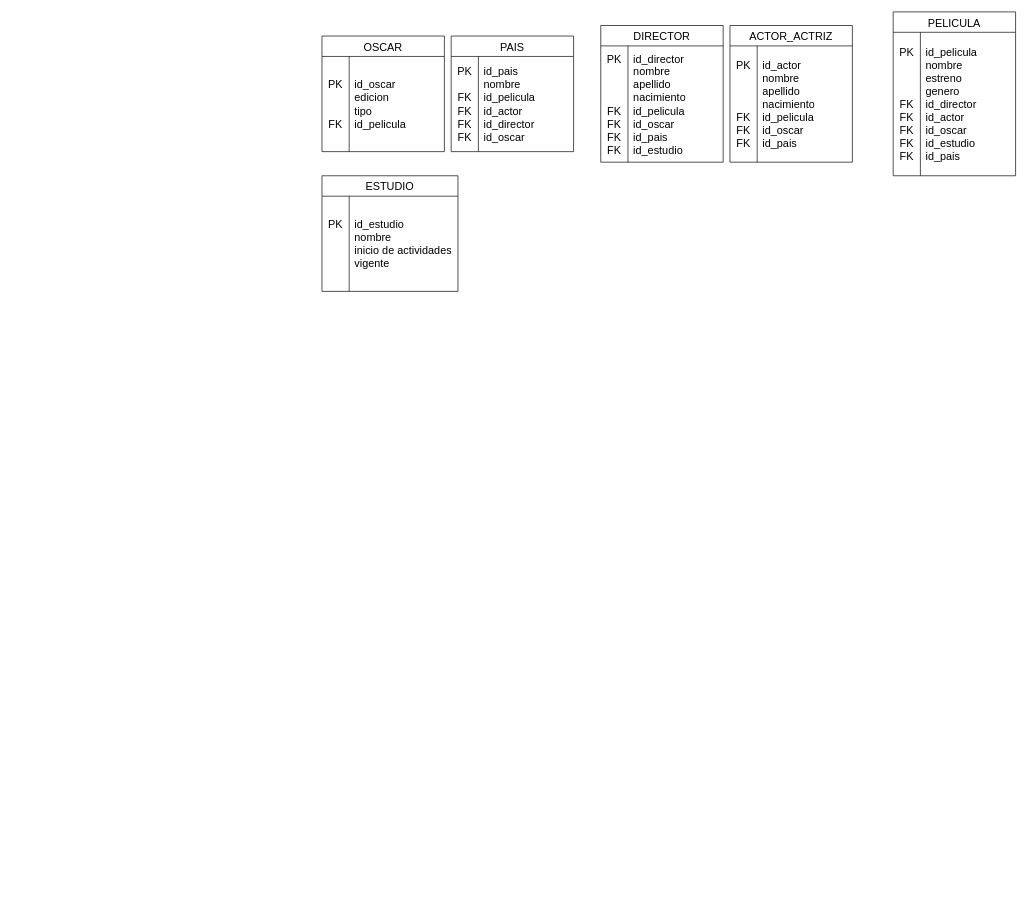
EmanuelRigo/pre-entrega-1-sql-coderhouse keeps this draw.io diagram as Diagrama E.R. .drawio. Above is the earlier version. Source tidied: cells renumbered, new cells numbered last; positions are measured from the earlier drawing's top-left corner, leaving out a move shared by most shapes. Both pictures are drawn from the tidied source at 68%, with x=0, y=0 at pixel (322, 12).
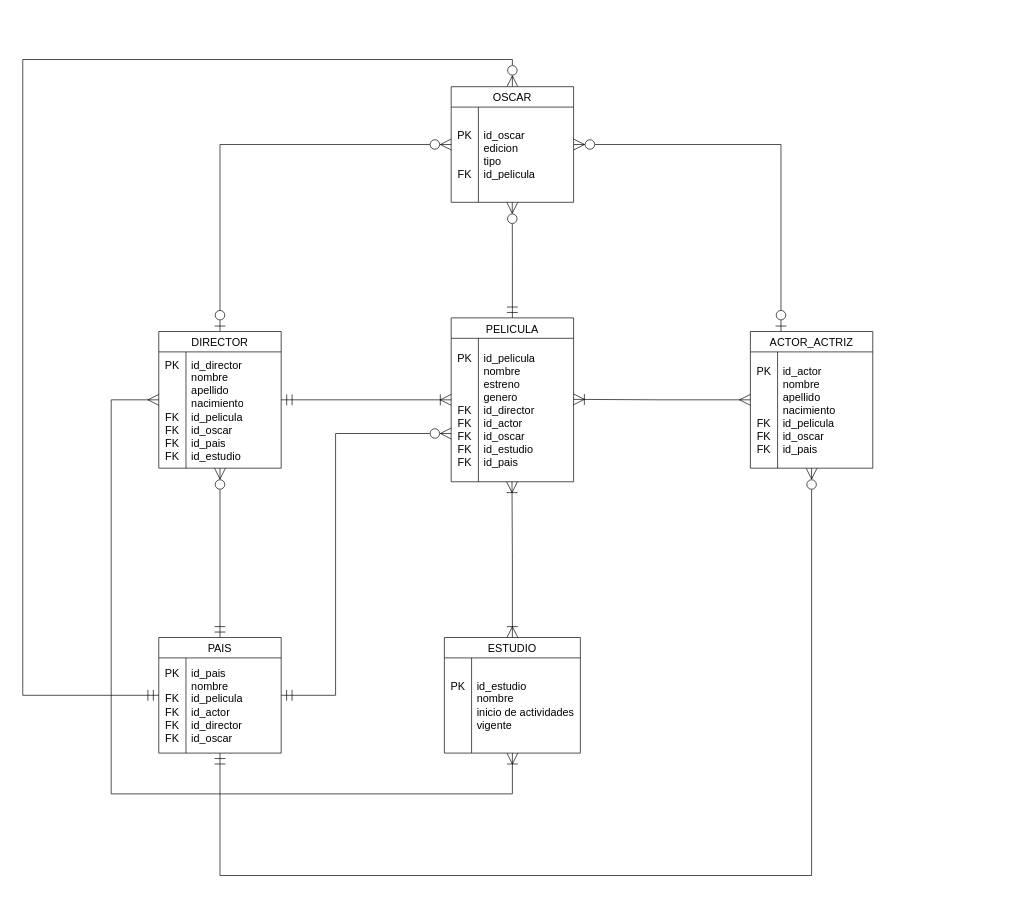
The same diagram, later.

The change refers to these unchanged cells:
```xml
<mxCell id="11" style="shape=tableRow;horizontal=0;startSize=0;swimlaneHead=0;swimlaneBody=0;top=0;left=0;bottom=0;right=0;points=[[0,0.5],[1,0.5]];portConstraint=eastwest;fontSize=16;shadow=1;swimlaneFillColor=none;perimeterSpacing=5;strokeWidth=4;rounded=1;fillColor=none;strokeColor=inherit;sketch=1;curveFitting=1;jiggle=2;swimlaneLine=1;" parent="10" vertex="1">
  <mxGeometry y="30" width="180" height="171" as="geometry" />
</mxCell>
<mxCell id="15" style="shape=tableRow;horizontal=0;startSize=0;swimlaneHead=0;swimlaneBody=0;top=0;left=0;bottom=0;right=0;points=[[0,0.5],[1,0.5]];portConstraint=eastwest;fontSize=16;shadow=1;swimlaneFillColor=none;perimeterSpacing=5;strokeWidth=4;rounded=1;fillColor=none;strokeColor=inherit;sketch=1;curveFitting=1;jiggle=2;swimlaneLine=1;" parent="14" vertex="1">
  <mxGeometry y="30" width="180" height="140" as="geometry" />
</mxCell>
<mxCell id="19" style="shape=tableRow;horizontal=0;startSize=0;swimlaneHead=0;swimlaneBody=0;top=0;left=0;bottom=0;right=0;points=[[0,0.5],[1,0.5]];portConstraint=eastwest;fontSize=16;shadow=1;swimlaneFillColor=none;perimeterSpacing=5;strokeWidth=4;rounded=1;fillColor=none;strokeColor=inherit;sketch=1;curveFitting=1;jiggle=2;swimlaneLine=1;" parent="18" vertex="1">
  <mxGeometry y="30" width="180" height="211" as="geometry" />
</mxCell>
```

What changed in the source:
```diff
@@
+    <mxCell id="26" style="edgeStyle=orthogonalEdgeStyle;rounded=0;jettySize=auto;html=1;entryX=0.5;entryY=1;entryDx=0;entryDy=0;endArrow=ERzeroToMany;endFill=0;startArrow=ERmandOne;startFill=0;endSize=14;startSize=14;" parent="1" edge="1" source="2" target="10">
+      <mxGeometry relative="1" as="geometry" />
+    </mxCell>
+    <mxCell id="27" style="edgeStyle=orthogonalEdgeStyle;rounded=0;jettySize=auto;html=1;endSize=14;startSize=14;endArrow=ERzeroToMany;endFill=0;startArrow=ERmandOne;startFill=0;" parent="1" edge="1" source="2" target="6">
+      <mxGeometry relative="1" as="geometry">
+        <Array as="points">
+          <mxPoint x="-150" y="1270" />
+          <mxPoint x="720" y="1270" />
+        </Array>
+      </mxGeometry>
+    </mxCell>
+    <mxCell id="28" style="edgeStyle=orthogonalEdgeStyle;shape=connector;rounded=0;jettySize=auto;html=1;strokeColor=default;align=center;verticalAlign=middle;fontFamily=Helvetica;fontSize=11;fontColor=default;labelBackgroundColor=default;startSize=14;endArrow=ERzeroToMany;endSize=14;endFill=0;startArrow=ERmandOne;startFill=0;" parent="1" edge="1" source="2" target="14">
+      <mxGeometry relative="1" as="geometry">
+        <Array as="points">
+          <mxPoint x="-440" y="1005" />
+          <mxPoint x="-440" y="70" />
+          <mxPoint x="280" y="70" />
+        </Array>
+      </mxGeometry>
+    </mxCell>
     <mxCell id="2" value="PAIS" style="shape=table;startSize=30;childLayout=tableLayout;rowLines=0;fontStyle=0;strokeColor=default;fontSize=16;" parent="1" vertex="1">
-      <mxGeometry x="190" y="35.5" width="180" height="170" as="geometry" />
+      <mxGeometry x="-240" y="920" width="180" height="170" as="geometry" />
     </mxCell>
@@
     <mxCell id="6" value="ACTOR_ACTRIZ" style="shape=table;startSize=30;childLayout=tableLayout;rowLines=0;fontStyle=0;strokeColor=default;fontSize=16;" parent="1" vertex="1">
-      <mxGeometry x="600" y="20" width="180" height="201" as="geometry" />
+      <mxGeometry x="630" y="470" width="180" height="201" as="geometry" />
     </mxCell>
@@
+    <mxCell id="29" style="edgeStyle=orthogonalEdgeStyle;rounded=0;jettySize=auto;html=1;endArrow=ERzeroToMany;endFill=0;startArrow=ERzeroToOne;startFill=0;endSize=14;startSize=14;" parent="1" edge="1" source="10" target="14">
+      <mxGeometry relative="1" as="geometry">
+        <Array as="points">
+          <mxPoint x="-150" y="195" />
+        </Array>
+      </mxGeometry>
+    </mxCell>
+    <mxCell id="30" style="edgeStyle=orthogonalEdgeStyle;rounded=0;jettySize=auto;html=1;endArrow=ERoneToMany;endFill=0;startArrow=ERmany;startFill=0;endSize=14;startSize=14;" parent="1" edge="1" source="10" target="22">
+      <mxGeometry relative="1" as="geometry">
+        <Array as="points">
+          <mxPoint x="-310" y="570" />
+          <mxPoint x="-310" y="1150" />
+          <mxPoint x="280" y="1150" />
+        </Array>
+      </mxGeometry>
+    </mxCell>
     <mxCell id="10" value="DIRECTOR" style="shape=table;startSize=30;childLayout=tableLayout;rowLines=0;fontStyle=0;strokeColor=default;fontSize=16;" parent="1" vertex="1">
-      <mxGeometry x="410" y="20" width="180" height="201" as="geometry" />
+      <mxGeometry x="-240" y="470" width="180" height="201" as="geometry" />
     </mxCell>
@@
+    <mxCell id="31" style="edgeStyle=orthogonalEdgeStyle;rounded=0;jettySize=auto;html=1;entryX=0.25;entryY=0;entryDx=0;entryDy=0;startArrow=ERzeroToMany;startFill=0;endArrow=ERzeroToOne;endFill=0;endSize=14;startSize=14;" parent="1" edge="1" source="14" target="6">
+      <mxGeometry relative="1" as="geometry" />
+    </mxCell>
     <mxCell id="14" value="OSCAR" style="shape=table;startSize=30;childLayout=tableLayout;rowLines=0;fontStyle=0;strokeColor=default;fontSize=16;" parent="1" vertex="1">
-      <mxGeometry y="35.5" width="180" height="170" as="geometry" />
+      <mxGeometry x="190" y="110" width="180" height="170" as="geometry" />
     </mxCell>
@@
+    <mxCell id="32" style="edgeStyle=orthogonalEdgeStyle;rounded=0;jettySize=auto;html=1;endArrow=ERmandOne;endFill=0;startArrow=ERzeroToMany;startFill=0;endSize=14;startSize=14;" parent="1" edge="1" source="18" target="2">
+      <mxGeometry relative="1" as="geometry">
+        <Array as="points">
+          <mxPoint x="20" y="620" />
+          <mxPoint x="20" y="1005" />
+        </Array>
+      </mxGeometry>
+    </mxCell>
     <mxCell id="18" value="PELICULA" style="shape=table;startSize=30;childLayout=tableLayout;rowLines=0;fontStyle=0;strokeColor=default;fontSize=16;" parent="1" vertex="1">
-      <mxGeometry x="840" width="180" height="241" as="geometry" />
+      <mxGeometry x="190" y="450" width="180" height="241" as="geometry" />
     </mxCell>
@@
     <mxCell id="22" value="ESTUDIO" style="shape=table;startSize=30;childLayout=tableLayout;rowLines=0;fontStyle=0;strokeColor=default;fontSize=16;" parent="1" vertex="1">
-      <mxGeometry y="241" width="200" height="170" as="geometry" />
+      <mxGeometry x="180" y="920" width="200" height="170" as="geometry" />
     </mxCell>
@@
+    <mxCell id="33" style="edgeStyle=orthogonalEdgeStyle;rounded=0;jettySize=auto;html=1;entryX=0.499;entryY=0.968;entryDx=0;entryDy=0;entryPerimeter=0;startArrow=ERmandOne;startFill=0;endArrow=ERzeroToMany;endFill=0;endSize=14;startSize=14;" parent="1" edge="1" source="18" target="15">
+      <mxGeometry relative="1" as="geometry" />
+    </mxCell>
+    <mxCell id="34" style="edgeStyle=orthogonalEdgeStyle;rounded=0;jettySize=auto;html=1;entryX=0.497;entryY=0.977;entryDx=0;entryDy=0;entryPerimeter=0;endArrow=ERoneToMany;endFill=0;startArrow=ERoneToMany;startFill=0;startSize=14;endSize=14;" parent="1" edge="1" source="22" target="19">
+      <mxGeometry relative="1" as="geometry" />
+    </mxCell>
+    <mxCell id="35" style="edgeStyle=orthogonalEdgeStyle;rounded=0;jettySize=auto;html=1;entryX=0.974;entryY=0.417;entryDx=0;entryDy=0;entryPerimeter=0;endArrow=ERmandOne;endFill=0;startArrow=ERoneToMany;startFill=0;endSize=14;startSize=14;" parent="1" edge="1" source="18" target="11">
+      <mxGeometry relative="1" as="geometry" />
+    </mxCell>
+    <mxCell id="36" style="edgeStyle=orthogonalEdgeStyle;rounded=0;jettySize=auto;html=1;entryX=0.973;entryY=0.429;entryDx=0;entryDy=0;entryPerimeter=0;endArrow=ERoneToMany;endFill=0;startArrow=ERmany;startFill=0;endSize=14;startSize=14;" parent="1" edge="1" source="6" target="19">
+      <mxGeometry relative="1" as="geometry" />
+    </mxCell>
```
